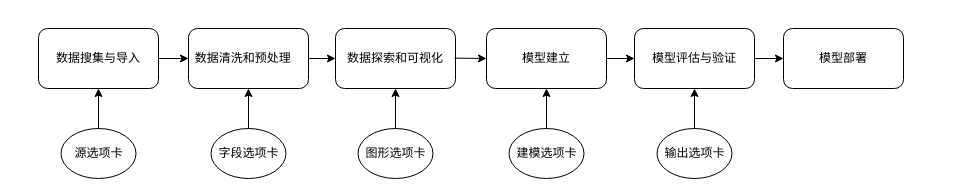
Above: Modeler数据流建立思路.drawio in fangjiarong/docs (draw.io), before the change. Source tidied: cells renumbered, new cells numbered last; positions are measured from the earlier drawing's top-left corner, leaving out a move shared by most shapes. Both pictures are drawn from the tidied source at 100%, with x=0, y=0 at pixel (38, 28).
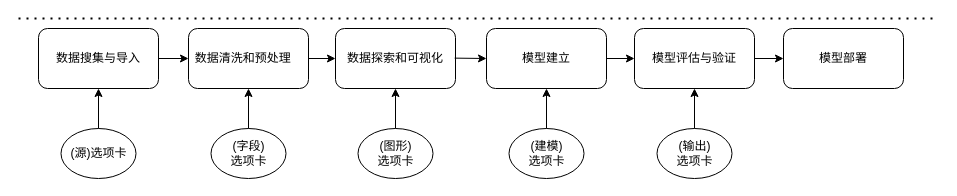
The same page after the edit.

Commit message:
更新Modeler数据流建立思路.drawio

The edit, as a diff of the source:
```diff
@@
-    <mxCell id="13" value="建模选项卡" style="ellipse;whiteSpace=wrap;html=1;" parent="1" vertex="1">
+    <mxCell id="13" value="(建模)&lt;br&gt;选项卡" style="ellipse;whiteSpace=wrap;html=1;" parent="1" vertex="1">
       <mxGeometry x="470.5" y="100" width="75" height="50" as="geometry" />
     </mxCell>
-    <mxCell id="14" value="源选项卡" style="ellipse;whiteSpace=wrap;html=1;" parent="1" vertex="1">
+    <mxCell id="14" value="(源)选项卡" style="ellipse;whiteSpace=wrap;html=1;" parent="1" vertex="1">
       <mxGeometry x="22.5" y="100" width="75" height="50" as="geometry" />
     </mxCell>
-    <mxCell id="15" value="字段选项卡" style="ellipse;whiteSpace=wrap;html=1;" parent="1" vertex="1">
+    <mxCell id="15" value="(字段)&lt;br&gt;选项卡" style="ellipse;whiteSpace=wrap;html=1;" parent="1" vertex="1">
       <mxGeometry x="172.5" y="100" width="75" height="50" as="geometry" />
     </mxCell>
-    <mxCell id="16" value="图形选项卡" style="ellipse;whiteSpace=wrap;html=1;" parent="1" vertex="1">
+    <mxCell id="16" value="(图形)&lt;br&gt;选项卡" style="ellipse;whiteSpace=wrap;html=1;" parent="1" vertex="1">
       <mxGeometry x="319.5" y="100" width="75" height="50" as="geometry" />
     </mxCell>
-    <mxCell id="17" value="输出选项卡" style="ellipse;whiteSpace=wrap;html=1;" parent="1" vertex="1">
+    <mxCell id="17" value="(输出)&lt;br&gt;选项卡" style="ellipse;whiteSpace=wrap;html=1;" parent="1" vertex="1">
       <mxGeometry x="618.5" y="100" width="75" height="50" as="geometry" />
     </mxCell>
@@
+    <mxCell id="23" style="endArrow=none;dashed=1;html=1;dashPattern=1 3;strokeWidth=2;rounded=0;" parent="1" edge="1">
+      <mxGeometry relative="1" as="geometry">
+        <mxPoint x="-20" y="-10" as="sourcePoint" />
+        <mxPoint x="900" y="-10" as="targetPoint" />
+      </mxGeometry>
+    </mxCell>
```
